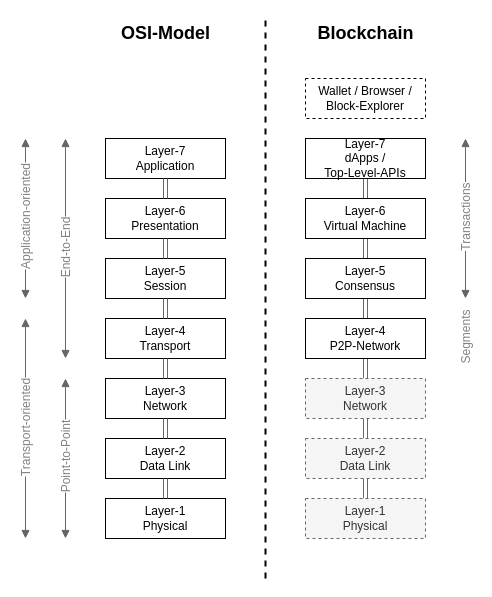
The draw.io diagram osi-blockchain/osi_blockchain.drawio in sebastian-kanz/thesis, before the edit. Source tidied: cells renumbered, new cells numbered last; positions are measured from the earlier drawing's top-left corner, leaving out a move shared by most shapes. Both pictures are drawn from the tidied source at 100%, with x=0, y=0 at pixel (25, 18).
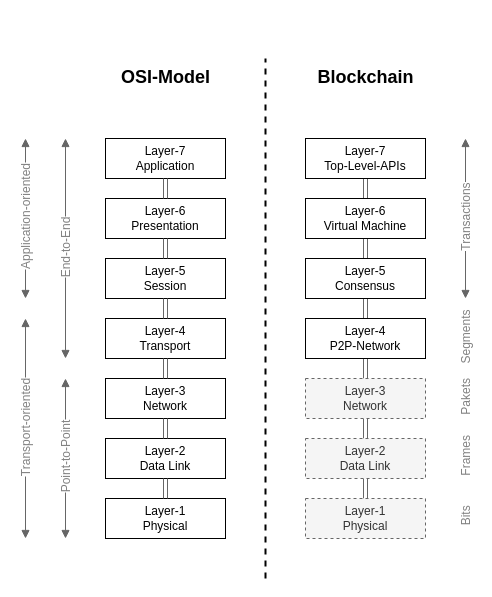
Above is the later version.

The edit, as a diff of the source:
```diff
@@
-    <mxCell id="10" value="Layer-7&lt;br&gt;dApps / &lt;br&gt;Top-Level-APIs" style="rounded=0;whiteSpace=wrap;html=1;" parent="1" vertex="1">
+    <mxCell id="10" value="Layer-7&lt;br&gt;Top-Level-APIs" style="rounded=0;whiteSpace=wrap;html=1;" parent="1" vertex="1">
       <mxGeometry x="280" y="120" width="120" height="40" as="geometry" />
     </mxCell>
@@
-    <mxCell id="29" value="Wallet / Browser / Block-Explorer" style="rounded=0;whiteSpace=wrap;html=1;dashed=1;" parent="1" vertex="1">
-      <mxGeometry x="280" y="60" width="120" height="40" as="geometry" />
-    </mxCell>
@@
     <mxCell id="41" style="endArrow=none;dashed=1;html=1;strokeColor=#000000;fillColor=#f5f5f5;fontSize=18;strokeWidth=2;" parent="1" edge="1">
       <mxGeometry relative="1" as="geometry">
         <mxPoint x="240" y="560" as="sourcePoint" />
-        <mxPoint x="240" as="targetPoint" />
+        <mxPoint x="240" y="40" as="targetPoint" />
       </mxGeometry>
     </mxCell>
     <mxCell id="42" value="OSI-Model" style="text;html=1;align=center;verticalAlign=middle;fontSize=18;fontColor=#000000;fontStyle=1;" parent="1" vertex="1">
-      <mxGeometry x="90" width="100" height="30" as="geometry" />
+      <mxGeometry x="90" y="44" width="100" height="30" as="geometry" />
     </mxCell>
     <mxCell id="43" value="Blockchain" style="text;html=1;align=center;verticalAlign=middle;fontSize=18;fontColor=#000000;fontStyle=1;" parent="1" vertex="1">
-      <mxGeometry x="285" width="110" height="30" as="geometry" />
+      <mxGeometry x="285" y="44" width="110" height="30" as="geometry" />
     </mxCell>
+    <mxCell id="44" value="Pakets" style="text;html=1;align=center;verticalAlign=middle;labelBackgroundColor=#ffffff;horizontal=0;fontColor=#828282;" parent="1" vertex="1">
+      <mxGeometry x="445" y="385.8" as="geometry">
+        <mxPoint x="-4" y="6" as="offset" />
+      </mxGeometry>
+    </mxCell>
+    <mxCell id="45" value="Bits" style="text;html=1;align=center;verticalAlign=middle;labelBackgroundColor=#ffffff;horizontal=0;fontColor=#828282;" parent="1" vertex="1">
+      <mxGeometry x="445" y="504.8" as="geometry">
+        <mxPoint x="-4" y="6" as="offset" />
+      </mxGeometry>
+    </mxCell>
+    <mxCell id="46" value="Frames" style="text;html=1;align=center;verticalAlign=middle;labelBackgroundColor=#ffffff;horizontal=0;fontColor=#828282;" parent="1" vertex="1">
+      <mxGeometry x="445" y="444.8" as="geometry">
+        <mxPoint x="-4" y="6" as="offset" />
+      </mxGeometry>
+    </mxCell>
```
